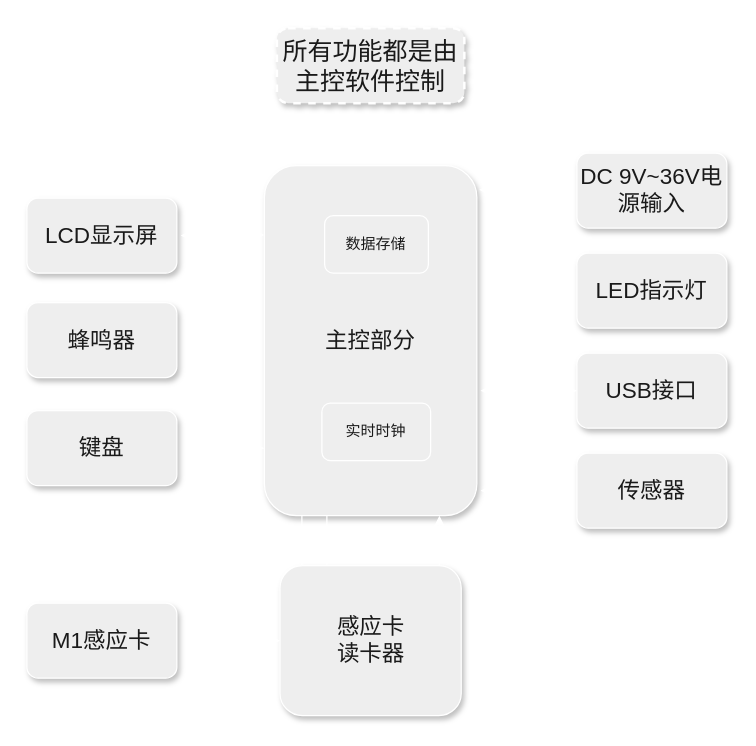
This is page "硬件框图" (1 of 3) of electroic_meter.drawio from kupier/12306-electron, a draw.io file, before an edit. Source tidied: cells renumbered, new cells numbered last; positions are measured from the earlier drawing's top-left corner, leaving out a move shared by most shapes. Both pictures are drawn from the tidied source at 125%, with x=0, y=0 at pixel (26, 28).
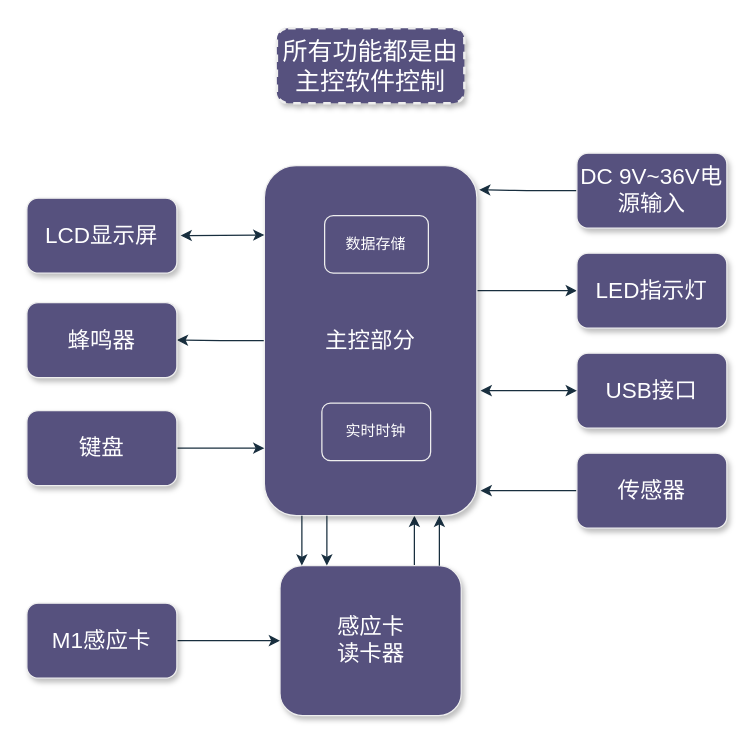
After the change.

What changed in the source:
```diff
@@
-    <mxCell id="2" value="所有功能都是由主控软件控制" style="whiteSpace=wrap;html=1;shadow=1;fontSize=20;strokeWidth=2;dashed=1;labelBackgroundColor=none;rounded=1;fillColor=#EEEEEE;strokeColor=#FFFFFF;fontColor=#1A1A1A;" parent="1" vertex="1">
+    <mxCell id="2" value="所有功能都是由主控软件控制" style="whiteSpace=wrap;html=1;shadow=1;fontSize=20;strokeWidth=2;dashed=1;labelBackgroundColor=none;rounded=1;fillColor=#56517E;strokeColor=#EEEEEE;fontColor=#FFFFFF;" parent="1" vertex="1">
       <mxGeometry x="200" width="150" height="60" as="geometry" />
     </mxCell>
-    <mxCell id="3" style="edgeStyle=elbowEdgeStyle;rounded=1;html=1;startArrow=none;startFill=0;jettySize=auto;fontSize=18;elbow=vertical;labelBackgroundColor=none;fontColor=default;strokeColor=#FFFFFF;" parent="1" edge="1" source="6" target="9">
+    <mxCell id="3" style="edgeStyle=elbowEdgeStyle;rounded=1;html=1;startArrow=none;startFill=0;jettySize=auto;fontSize=18;elbow=vertical;labelBackgroundColor=none;fontColor=default;strokeColor=#182E3E;" parent="1" edge="1" source="6" target="9">
       <mxGeometry relative="1" as="geometry" />
     </mxCell>
-    <mxCell id="4" style="edgeStyle=elbowEdgeStyle;rounded=1;html=1;startArrow=none;startFill=0;jettySize=auto;fontSize=18;labelBackgroundColor=none;fontColor=default;strokeColor=#FFFFFF;" parent="1" edge="1" source="16" target="6">
+    <mxCell id="4" style="edgeStyle=elbowEdgeStyle;rounded=1;html=1;startArrow=none;startFill=0;jettySize=auto;fontSize=18;labelBackgroundColor=none;fontColor=default;strokeColor=#182E3E;" parent="1" edge="1" source="16" target="6">
       <mxGeometry relative="1" as="geometry">
         <Array as="points">
           <mxPoint x="310" y="410" />
         </Array>
       </mxGeometry>
     </mxCell>
-    <mxCell id="5" style="edgeStyle=orthogonalEdgeStyle;rounded=0;jettySize=auto;html=1;labelBackgroundColor=none;strokeColor=#FFFFFF;fontColor=default;" parent="1" edge="1" source="6" target="26">
+    <mxCell id="5" style="edgeStyle=orthogonalEdgeStyle;rounded=0;jettySize=auto;html=1;labelBackgroundColor=none;strokeColor=#182E3E;fontColor=default;" parent="1" edge="1" source="6" target="26">
       <mxGeometry relative="1" as="geometry" />
     </mxCell>
-    <mxCell id="6" value="主控部分" style="whiteSpace=wrap;html=1;shadow=1;fontSize=18;labelBackgroundColor=none;rounded=1;fillColor=#EEEEEE;strokeColor=#FFFFFF;fontColor=#1A1A1A;" parent="1" vertex="1">
+    <mxCell id="6" value="主控部分" style="whiteSpace=wrap;html=1;shadow=1;fontSize=18;labelBackgroundColor=none;rounded=1;fillColor=#56517E;strokeColor=#EEEEEE;fontColor=#FFFFFF;" parent="1" vertex="1">
       <mxGeometry x="190" y="110" width="170" height="280" as="geometry" />
     </mxCell>
-    <mxCell id="7" style="edgeStyle=orthogonalEdgeStyle;rounded=1;jettySize=auto;html=1;exitX=0;exitY=0.5;exitDx=0;exitDy=0;entryX=1.011;entryY=0.069;entryDx=0;entryDy=0;entryPerimeter=0;labelBackgroundColor=none;fontColor=default;strokeColor=#FFFFFF;" parent="1" edge="1" source="8" target="6">
+    <mxCell id="7" style="edgeStyle=orthogonalEdgeStyle;rounded=1;jettySize=auto;html=1;exitX=0;exitY=0.5;exitDx=0;exitDy=0;entryX=1.011;entryY=0.069;entryDx=0;entryDy=0;entryPerimeter=0;labelBackgroundColor=none;fontColor=default;strokeColor=#182E3E;" parent="1" edge="1" source="8" target="6">
       <mxGeometry relative="1" as="geometry" />
     </mxCell>
-    <mxCell id="8" value="DC 9V~36V电源输入" style="whiteSpace=wrap;html=1;shadow=1;fontSize=18;labelBackgroundColor=none;rounded=1;fillColor=#EEEEEE;strokeColor=#FFFFFF;fontColor=#1A1A1A;" parent="1" vertex="1">
+    <mxCell id="8" value="DC 9V~36V电源输入" style="whiteSpace=wrap;html=1;shadow=1;fontSize=18;labelBackgroundColor=none;rounded=1;fillColor=#56517E;strokeColor=#EEEEEE;fontColor=#FFFFFF;" parent="1" vertex="1">
       <mxGeometry x="440" y="100" width="120" height="60" as="geometry" />
     </mxCell>
-    <mxCell id="9" value="LED指示灯" style="whiteSpace=wrap;html=1;shadow=1;fontSize=18;labelBackgroundColor=none;rounded=1;fillColor=#EEEEEE;strokeColor=#FFFFFF;fontColor=#1A1A1A;" parent="1" vertex="1">
+    <mxCell id="9" value="LED指示灯" style="whiteSpace=wrap;html=1;shadow=1;fontSize=18;labelBackgroundColor=none;rounded=1;fillColor=#56517E;strokeColor=#EEEEEE;fontColor=#FFFFFF;" parent="1" vertex="1">
       <mxGeometry x="440" y="180" width="120" height="60" as="geometry" />
     </mxCell>
-    <mxCell id="10" value="USB接口" style="whiteSpace=wrap;html=1;shadow=1;fontSize=18;labelBackgroundColor=none;rounded=1;fillColor=#EEEEEE;strokeColor=#FFFFFF;fontColor=#1A1A1A;" parent="1" vertex="1">
+    <mxCell id="10" value="USB接口" style="whiteSpace=wrap;html=1;shadow=1;fontSize=18;labelBackgroundColor=none;rounded=1;fillColor=#56517E;strokeColor=#EEEEEE;fontColor=#FFFFFF;" parent="1" vertex="1">
       <mxGeometry x="440" y="260" width="120" height="60" as="geometry" />
     </mxCell>
-    <mxCell id="11" style="edgeStyle=orthogonalEdgeStyle;rounded=1;jettySize=auto;html=1;exitX=0;exitY=0.5;exitDx=0;exitDy=0;labelBackgroundColor=none;fontColor=default;strokeColor=#FFFFFF;" parent="1" edge="1" source="12">
+    <mxCell id="11" style="edgeStyle=orthogonalEdgeStyle;rounded=1;jettySize=auto;html=1;exitX=0;exitY=0.5;exitDx=0;exitDy=0;labelBackgroundColor=none;fontColor=default;strokeColor=#182E3E;" parent="1" edge="1" source="12">
       <mxGeometry relative="1" as="geometry">
         <mxPoint x="363" y="370" as="targetPoint" />
       </mxGeometry>
     </mxCell>
-    <mxCell id="12" value="传感器" style="whiteSpace=wrap;html=1;shadow=1;fontSize=18;labelBackgroundColor=none;rounded=1;fillColor=#EEEEEE;strokeColor=#FFFFFF;fontColor=#1A1A1A;" parent="1" vertex="1">
+    <mxCell id="12" value="传感器" style="whiteSpace=wrap;html=1;shadow=1;fontSize=18;labelBackgroundColor=none;rounded=1;fillColor=#56517E;strokeColor=#EEEEEE;fontColor=#FFFFFF;" parent="1" vertex="1">
       <mxGeometry x="440" y="340" width="120" height="60" as="geometry" />
     </mxCell>
-    <mxCell id="13" value="LCD显示屏" style="whiteSpace=wrap;html=1;shadow=1;fontSize=18;labelBackgroundColor=none;rounded=1;fillColor=#EEEEEE;strokeColor=#FFFFFF;fontColor=#1A1A1A;" parent="1" vertex="1">
+    <mxCell id="13" value="LCD显示屏" style="whiteSpace=wrap;html=1;shadow=1;fontSize=18;labelBackgroundColor=none;rounded=1;fillColor=#56517E;strokeColor=#EEEEEE;fontColor=#FFFFFF;" parent="1" vertex="1">
       <mxGeometry y="136" width="120" height="60" as="geometry" />
     </mxCell>
-    <mxCell id="14" style="edgeStyle=elbowEdgeStyle;rounded=1;html=1;startArrow=none;startFill=0;jettySize=auto;fontSize=18;elbow=vertical;labelBackgroundColor=none;fontColor=default;strokeColor=#FFFFFF;" parent="1" edge="1" source="15" target="6">
+    <mxCell id="14" style="edgeStyle=elbowEdgeStyle;rounded=1;html=1;startArrow=none;startFill=0;jettySize=auto;fontSize=18;elbow=vertical;labelBackgroundColor=none;fontColor=default;strokeColor=#182E3E;" parent="1" edge="1" source="15" target="6">
       <mxGeometry relative="1" as="geometry" />
     </mxCell>
-    <mxCell id="15" value="键盘" style="whiteSpace=wrap;html=1;shadow=1;fontSize=18;labelBackgroundColor=none;rounded=1;fillColor=#EEEEEE;strokeColor=#FFFFFF;fontColor=#1A1A1A;" parent="1" vertex="1">
+    <mxCell id="15" value="键盘" style="whiteSpace=wrap;html=1;shadow=1;fontSize=18;labelBackgroundColor=none;rounded=1;fillColor=#56517E;strokeColor=#EEEEEE;fontColor=#FFFFFF;" parent="1" vertex="1">
       <mxGeometry y="306" width="120" height="60" as="geometry" />
     </mxCell>
-    <mxCell id="16" value="感应卡&lt;br&gt;读卡器" style="whiteSpace=wrap;html=1;shadow=1;fontSize=18;labelBackgroundColor=none;rounded=1;fillColor=#EEEEEE;strokeColor=#FFFFFF;fontColor=#1A1A1A;" parent="1" vertex="1">
+    <mxCell id="16" value="感应卡&lt;br&gt;读卡器" style="whiteSpace=wrap;html=1;shadow=1;fontSize=18;labelBackgroundColor=none;rounded=1;fillColor=#56517E;strokeColor=#EEEEEE;fontColor=#FFFFFF;" parent="1" vertex="1">
       <mxGeometry x="202.5" y="430" width="145" height="120" as="geometry" />
     </mxCell>
-    <mxCell id="17" style="edgeStyle=elbowEdgeStyle;rounded=1;html=1;startArrow=none;startFill=0;jettySize=auto;fontSize=18;elbow=vertical;labelBackgroundColor=none;fontColor=default;strokeColor=#FFFFFF;" parent="1" edge="1" source="18" target="16">
+    <mxCell id="17" style="edgeStyle=elbowEdgeStyle;rounded=1;html=1;startArrow=none;startFill=0;jettySize=auto;fontSize=18;elbow=vertical;labelBackgroundColor=none;fontColor=default;strokeColor=#182E3E;" parent="1" edge="1" source="18" target="16">
       <mxGeometry relative="1" as="geometry" />
     </mxCell>
-    <mxCell id="18" value="M1感应卡" style="whiteSpace=wrap;html=1;shadow=1;fontSize=18;labelBackgroundColor=none;rounded=1;fillColor=#EEEEEE;strokeColor=#FFFFFF;fontColor=#1A1A1A;" parent="1" vertex="1">
+    <mxCell id="18" value="M1感应卡" style="whiteSpace=wrap;html=1;shadow=1;fontSize=18;labelBackgroundColor=none;rounded=1;fillColor=#56517E;strokeColor=#EEEEEE;fontColor=#FFFFFF;" parent="1" vertex="1">
       <mxGeometry y="460" width="120" height="60" as="geometry" />
     </mxCell>
-    <mxCell id="19" style="edgeStyle=elbowEdgeStyle;rounded=1;html=1;startArrow=none;startFill=0;jettySize=auto;fontSize=18;labelBackgroundColor=none;fontColor=default;strokeColor=#FFFFFF;" parent="1" edge="1" source="16" target="6">
+    <mxCell id="19" style="edgeStyle=elbowEdgeStyle;rounded=1;html=1;startArrow=none;startFill=0;jettySize=auto;fontSize=18;labelBackgroundColor=none;fontColor=default;strokeColor=#182E3E;" parent="1" edge="1" source="16" target="6">
       <mxGeometry relative="1" as="geometry">
         <Array as="points">
           <mxPoint x="330" y="410" />
           <mxPoint x="310" y="410" />
         </Array>
       </mxGeometry>
     </mxCell>
-    <mxCell id="20" style="edgeStyle=elbowEdgeStyle;rounded=1;html=1;startArrow=none;startFill=0;jettySize=auto;orthogonalLoop=1;fontSize=18;labelBackgroundColor=none;fontColor=default;strokeColor=#FFFFFF;" parent="1" edge="1">
+    <mxCell id="20" style="edgeStyle=elbowEdgeStyle;rounded=1;html=1;startArrow=none;startFill=0;jettySize=auto;orthogonalLoop=1;fontSize=18;labelBackgroundColor=none;fontColor=default;strokeColor=#182E3E;" parent="1" edge="1">
       <mxGeometry relative="1" as="geometry">
         <mxPoint x="240" y="390" as="sourcePoint" />
         <mxPoint x="240" y="430" as="targetPoint" />
         <Array as="points">
           <mxPoint x="240" y="410" />
           <mxPoint x="270" y="420" />
         </Array>
       </mxGeometry>
     </mxCell>
-    <mxCell id="21" style="edgeStyle=elbowEdgeStyle;rounded=1;html=1;startArrow=none;startFill=0;jettySize=auto;orthogonalLoop=1;fontSize=18;labelBackgroundColor=none;fontColor=default;strokeColor=#FFFFFF;" parent="1" edge="1">
+    <mxCell id="21" style="edgeStyle=elbowEdgeStyle;rounded=1;html=1;startArrow=none;startFill=0;jettySize=auto;orthogonalLoop=1;fontSize=18;labelBackgroundColor=none;fontColor=default;strokeColor=#182E3E;" parent="1" edge="1">
       <mxGeometry relative="1" as="geometry">
         <mxPoint x="220" y="390" as="sourcePoint" />
         <mxPoint x="220" y="430" as="targetPoint" />
         <Array as="points">
           <mxPoint x="220" y="410" />
           <mxPoint x="250" y="420" />
         </Array>
       </mxGeometry>
     </mxCell>
-    <mxCell id="22" value="数据存储" style="rounded=1;whiteSpace=wrap;html=1;labelBackgroundColor=none;fillColor=#EEEEEE;strokeColor=#FFFFFF;fontColor=#1A1A1A;" parent="1" vertex="1">
+    <mxCell id="22" value="数据存储" style="rounded=1;whiteSpace=wrap;html=1;labelBackgroundColor=none;fillColor=#56517E;strokeColor=#EEEEEE;fontColor=#FFFFFF;" parent="1" vertex="1">
       <mxGeometry x="238.2" y="150" width="83" height="46" as="geometry" />
     </mxCell>
-    <mxCell id="23" value="实时时钟" style="rounded=1;whiteSpace=wrap;html=1;labelBackgroundColor=none;fillColor=#EEEEEE;strokeColor=#FFFFFF;fontColor=#1A1A1A;" parent="1" vertex="1">
+    <mxCell id="23" value="实时时钟" style="rounded=1;whiteSpace=wrap;html=1;labelBackgroundColor=none;fillColor=#56517E;strokeColor=#EEEEEE;fontColor=#FFFFFF;" parent="1" vertex="1">
       <mxGeometry x="236" y="300" width="87" height="46" as="geometry" />
     </mxCell>
-    <mxCell id="24" style="endArrow=classic;startArrow=classic;html=1;rounded=1;entryX=0;entryY=0.5;entryDx=0;entryDy=0;labelBackgroundColor=none;fontColor=default;strokeColor=#FFFFFF;" parent="1" edge="1" target="10">
+    <mxCell id="24" style="endArrow=classic;startArrow=classic;html=1;rounded=1;entryX=0;entryY=0.5;entryDx=0;entryDy=0;labelBackgroundColor=none;fontColor=default;strokeColor=#182E3E;" parent="1" edge="1" target="10">
       <mxGeometry relative="1" as="geometry">
         <mxPoint x="363" y="290" as="sourcePoint" />
       </mxGeometry>
     </mxCell>
-    <mxCell id="25" style="endArrow=classic;startArrow=classic;html=1;rounded=1;entryX=0;entryY=0.5;entryDx=0;entryDy=0;labelBackgroundColor=none;fontColor=default;strokeColor=#FFFFFF;" parent="1" edge="1">
+    <mxCell id="25" style="endArrow=classic;startArrow=classic;html=1;rounded=1;entryX=0;entryY=0.5;entryDx=0;entryDy=0;labelBackgroundColor=none;fontColor=default;strokeColor=#182E3E;" parent="1" edge="1">
       <mxGeometry relative="1" as="geometry">
         <mxPoint x="123" y="166" as="sourcePoint" />
         <mxPoint x="190" y="165.5" as="targetPoint" />
       </mxGeometry>
     </mxCell>
-    <mxCell id="26" value="蜂鸣器" style="whiteSpace=wrap;html=1;shadow=1;fontSize=18;labelBackgroundColor=none;rounded=1;fillColor=#EEEEEE;strokeColor=#FFFFFF;fontColor=#1A1A1A;" parent="1" vertex="1">
+    <mxCell id="26" value="蜂鸣器" style="whiteSpace=wrap;html=1;shadow=1;fontSize=18;labelBackgroundColor=none;rounded=1;fillColor=#56517E;strokeColor=#EEEEEE;fontColor=#FFFFFF;" parent="1" vertex="1">
       <mxGeometry y="219.5" width="120" height="60" as="geometry" />
     </mxCell>
```
